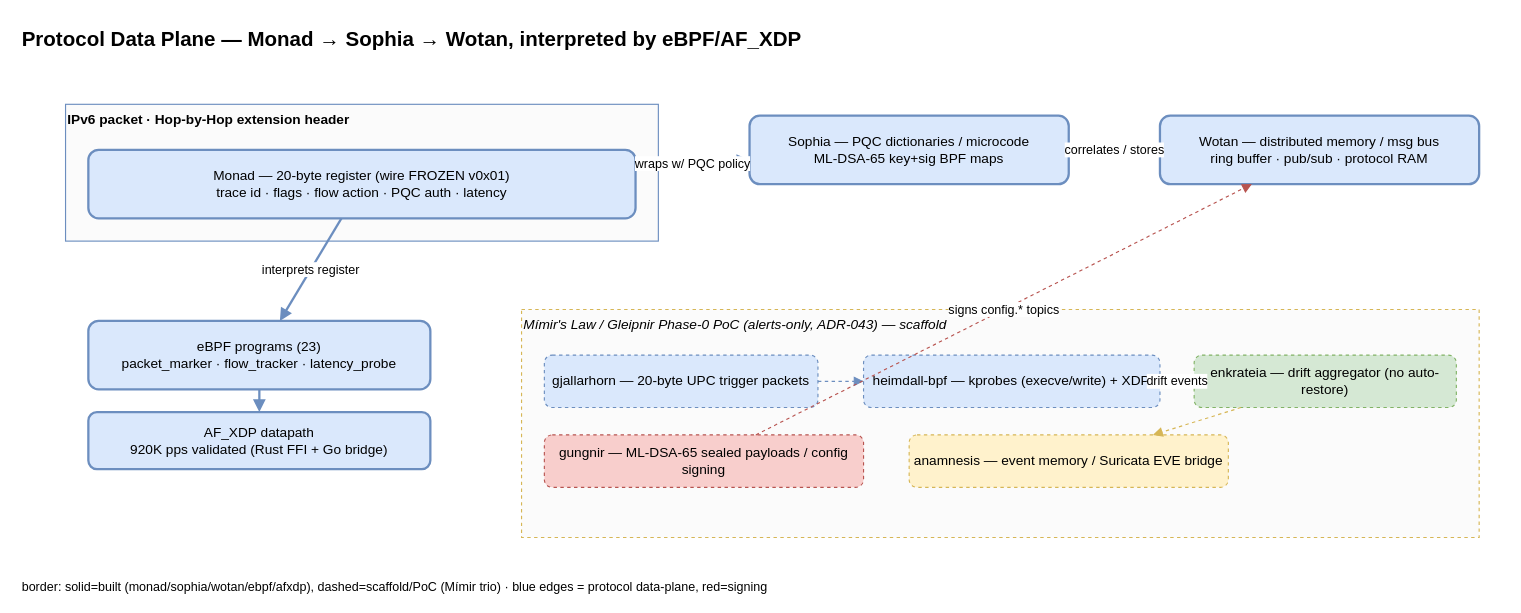
unheaded/unheaded keeps this draw.io diagram as page "3 · Protocol Data Plane" (3 of 6) of docs/architecture/service-ontology.drawio. Above is the earlier version. Source tidied: cells renumbered, new cells numbered last; positions are measured from the earlier drawing's top-left corner, leaving out a move shared by most shapes. Both pictures are drawn from the tidied source at 114%, with x=0, y=0 at pixel (19, 19).
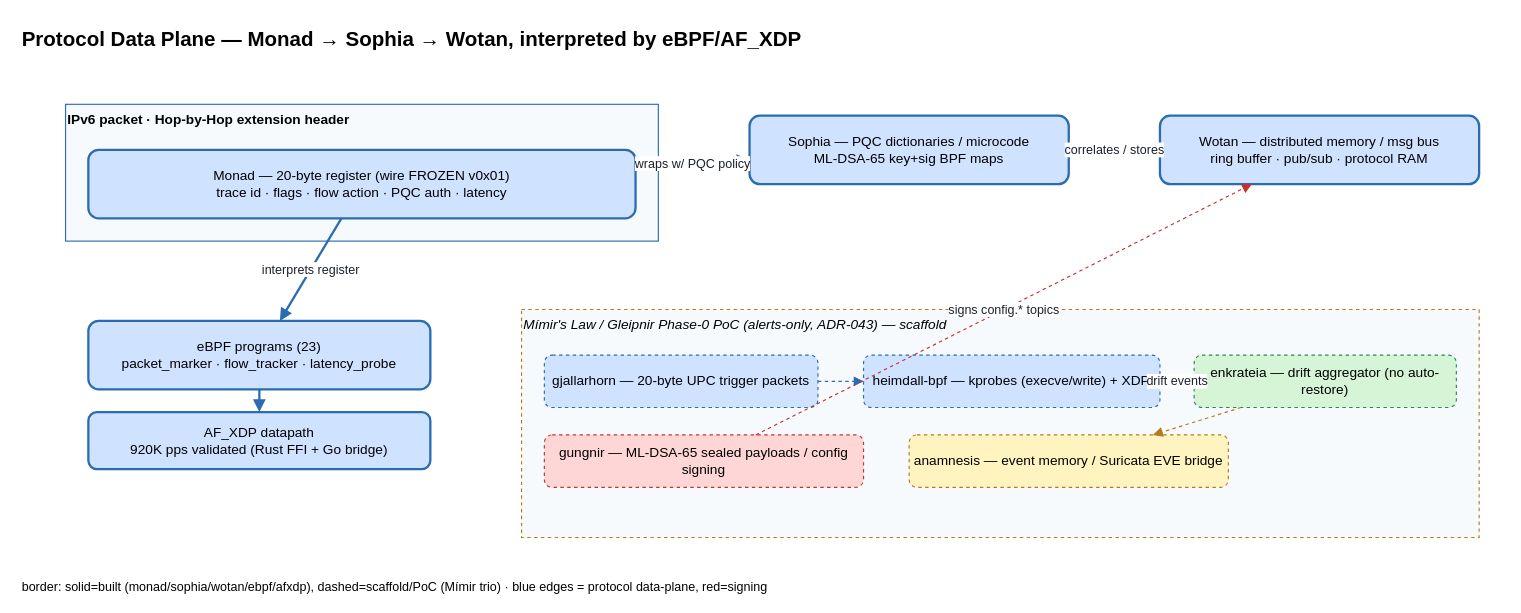
The same page after the edit.

The edit, as a diff of the source:
```diff
@@
-    <mxCell id="3" value="IPv6 packet  ·  Hop-by-Hop extension header" style="rounded=0;whiteSpace=wrap;html=1;fillColor=#fbfbfb;strokeColor=#6c8ebf;verticalAlign=top;align=left;fontStyle=1;fontSize=12;" parent="1" vertex="1">
+    <mxCell id="3" value="IPv6 packet  ·  Hop-by-Hop extension header" style="rounded=0;whiteSpace=wrap;html=1;fillColor=#f7fafc;strokeColor=#2b6cb0;verticalAlign=top;align=left;fontStyle=1;fontSize=12;" parent="1" vertex="1">
       <mxGeometry x="40" y="74" width="520" height="120" as="geometry" />
     </mxCell>
-    <mxCell id="4" value="Monad — 20-byte register (wire FROZEN v0x01)&#10;trace id · flags · flow action · PQC auth · latency" style="rounded=1;whiteSpace=wrap;html=1;fillColor=#dae8fc;strokeColor=#6c8ebf;strokeWidth=2;" parent="1" vertex="1">
+    <mxCell id="4" value="Monad — 20-byte register (wire FROZEN v0x01)&#10;trace id · flags · flow action · PQC auth · latency" style="rounded=1;whiteSpace=wrap;html=1;fillColor=#cfe2ff;strokeColor=#2b6cb0;strokeWidth=2;" parent="1" vertex="1">
       <mxGeometry x="60" y="114" width="480" height="60" as="geometry" />
     </mxCell>
-    <mxCell id="5" value="Sophia — PQC dictionaries / microcode&#10;ML-DSA-65 key+sig BPF maps" style="rounded=1;whiteSpace=wrap;html=1;fillColor=#dae8fc;strokeColor=#6c8ebf;strokeWidth=2;" parent="1" vertex="1">
+    <mxCell id="5" value="Sophia — PQC dictionaries / microcode&#10;ML-DSA-65 key+sig BPF maps" style="rounded=1;whiteSpace=wrap;html=1;fillColor=#cfe2ff;strokeColor=#2b6cb0;strokeWidth=2;" parent="1" vertex="1">
       <mxGeometry x="640" y="84" width="280" height="60" as="geometry" />
     </mxCell>
-    <mxCell id="6" value="Wotan — distributed memory / msg bus&#10;ring buffer · pub/sub · protocol RAM" style="rounded=1;whiteSpace=wrap;html=1;fillColor=#dae8fc;strokeColor=#6c8ebf;strokeWidth=2;" parent="1" vertex="1">
+    <mxCell id="6" value="Wotan — distributed memory / msg bus&#10;ring buffer · pub/sub · protocol RAM" style="rounded=1;whiteSpace=wrap;html=1;fillColor=#cfe2ff;strokeColor=#2b6cb0;strokeWidth=2;" parent="1" vertex="1">
       <mxGeometry x="1000" y="84" width="280" height="60" as="geometry" />
     </mxCell>
-    <mxCell id="7" value="wraps w/ PQC policy" style="endArrow=block;html=1;strokeColor=#6c8ebf;strokeWidth=2;" parent="1" edge="1" source="4" target="5">
+    <mxCell id="7" value="wraps w/ PQC policy" style="endArrow=block;html=1;labelBackgroundColor=#ffffff;fontColor=#1a202c;strokeColor=#2b6cb0;strokeWidth=2;" parent="1" edge="1" source="4" target="5">
       <mxGeometry relative="1" as="geometry" />
     </mxCell>
-    <mxCell id="8" value="correlates / stores" style="endArrow=block;html=1;strokeColor=#6c8ebf;strokeWidth=2;" parent="1" edge="1" source="5" target="6">
+    <mxCell id="8" value="correlates / stores" style="endArrow=block;html=1;labelBackgroundColor=#ffffff;fontColor=#1a202c;strokeColor=#2b6cb0;strokeWidth=2;" parent="1" edge="1" source="5" target="6">
       <mxGeometry relative="1" as="geometry" />
     </mxCell>
-    <mxCell id="9" value="eBPF programs (23)&#10;packet_marker · flow_tracker · latency_probe" style="rounded=1;whiteSpace=wrap;html=1;fillColor=#dae8fc;strokeColor=#6c8ebf;strokeWidth=2;" parent="1" vertex="1">
+    <mxCell id="9" value="eBPF programs (23)&#10;packet_marker · flow_tracker · latency_probe" style="rounded=1;whiteSpace=wrap;html=1;fillColor=#cfe2ff;strokeColor=#2b6cb0;strokeWidth=2;" parent="1" vertex="1">
       <mxGeometry x="60" y="264" width="300" height="60" as="geometry" />
     </mxCell>
-    <mxCell id="10" value="AF_XDP datapath&#10;920K pps validated (Rust FFI + Go bridge)" style="rounded=1;whiteSpace=wrap;html=1;fillColor=#dae8fc;strokeColor=#6c8ebf;strokeWidth=2;" parent="1" vertex="1">
+    <mxCell id="10" value="AF_XDP datapath&#10;920K pps validated (Rust FFI + Go bridge)" style="rounded=1;whiteSpace=wrap;html=1;fillColor=#cfe2ff;strokeColor=#2b6cb0;strokeWidth=2;" parent="1" vertex="1">
       <mxGeometry x="60" y="344" width="300" height="50" as="geometry" />
     </mxCell>
-    <mxCell id="11" value="interprets register" style="endArrow=block;html=1;strokeColor=#6c8ebf;strokeWidth=2;" parent="1" edge="1" source="4" target="9">
+    <mxCell id="11" value="interprets register" style="endArrow=block;html=1;labelBackgroundColor=#ffffff;fontColor=#1a202c;strokeColor=#2b6cb0;strokeWidth=2;" parent="1" edge="1" source="4" target="9">
       <mxGeometry relative="1" as="geometry" />
     </mxCell>
-    <mxCell id="12" style="endArrow=block;html=1;strokeColor=#6c8ebf;strokeWidth=2;" parent="1" edge="1" source="9" target="10">
+    <mxCell id="12" style="endArrow=block;html=1;labelBackgroundColor=#ffffff;fontColor=#1a202c;strokeColor=#2b6cb0;strokeWidth=2;" parent="1" edge="1" source="9" target="10">
       <mxGeometry relative="1" as="geometry" />
     </mxCell>
-    <mxCell id="13" value="Mímir's Law / Gleipnir Phase-0 PoC (alerts-only, ADR-043) — scaffold" style="rounded=0;whiteSpace=wrap;html=1;fillColor=#fbfbfb;strokeColor=#d6b656;dashed=1;verticalAlign=top;align=left;fontStyle=2;fontSize=12;" parent="1" vertex="1">
+    <mxCell id="13" value="Mímir's Law / Gleipnir Phase-0 PoC (alerts-only, ADR-043) — scaffold" style="rounded=0;whiteSpace=wrap;html=1;fillColor=#f7fafc;strokeColor=#b7791f;dashed=1;verticalAlign=top;align=left;fontStyle=2;fontSize=12;" parent="1" vertex="1">
       <mxGeometry x="440" y="254" width="840" height="200" as="geometry" />
     </mxCell>
-    <mxCell id="14" value="gjallarhorn — 20-byte UPC trigger packets" style="rounded=1;whiteSpace=wrap;html=1;fillColor=#dae8fc;strokeColor=#6c8ebf;dashed=1;" parent="1" vertex="1">
+    <mxCell id="14" value="gjallarhorn — 20-byte UPC trigger packets" style="rounded=1;whiteSpace=wrap;html=1;fillColor=#cfe2ff;strokeColor=#2b6cb0;dashed=1;" parent="1" vertex="1">
       <mxGeometry x="460" y="294" width="240" height="46" as="geometry" />
     </mxCell>
-    <mxCell id="15" value="heimdall-bpf — kprobes (execve/write) + XDP" style="rounded=1;whiteSpace=wrap;html=1;fillColor=#dae8fc;strokeColor=#6c8ebf;dashed=1;" parent="1" vertex="1">
+    <mxCell id="15" value="heimdall-bpf — kprobes (execve/write) + XDP" style="rounded=1;whiteSpace=wrap;html=1;fillColor=#cfe2ff;strokeColor=#2b6cb0;dashed=1;" parent="1" vertex="1">
       <mxGeometry x="740" y="294" width="260" height="46" as="geometry" />
     </mxCell>
-    <mxCell id="16" value="enkrateia — drift aggregator (no auto-restore)" style="rounded=1;whiteSpace=wrap;html=1;fillColor=#d5e8d4;strokeColor=#82b366;dashed=1;" parent="1" vertex="1">
+    <mxCell id="16" value="enkrateia — drift aggregator (no auto-restore)" style="rounded=1;whiteSpace=wrap;html=1;fillColor=#d6f5d6;strokeColor=#2f855a;dashed=1;" parent="1" vertex="1">
       <mxGeometry x="1030" y="294" width="230" height="46" as="geometry" />
     </mxCell>
-    <mxCell id="17" value="gungnir — ML-DSA-65 sealed payloads / config signing" style="rounded=1;whiteSpace=wrap;html=1;fillColor=#f8cecc;strokeColor=#b85450;dashed=1;" parent="1" vertex="1">
+    <mxCell id="17" value="gungnir — ML-DSA-65 sealed payloads / config signing" style="rounded=1;whiteSpace=wrap;html=1;fillColor=#ffd6d6;strokeColor=#c53030;dashed=1;" parent="1" vertex="1">
       <mxGeometry x="460" y="364" width="280" height="46" as="geometry" />
     </mxCell>
-    <mxCell id="18" value="anamnesis — event memory / Suricata EVE bridge" style="rounded=1;whiteSpace=wrap;html=1;fillColor=#fff2cc;strokeColor=#d6b656;dashed=1;" parent="1" vertex="1">
+    <mxCell id="18" value="anamnesis — event memory / Suricata EVE bridge" style="rounded=1;whiteSpace=wrap;html=1;fillColor=#fff3bf;strokeColor=#b7791f;dashed=1;" parent="1" vertex="1">
       <mxGeometry x="780" y="364" width="280" height="46" as="geometry" />
     </mxCell>
-    <mxCell id="19" style="endArrow=block;html=1;strokeColor=#6c8ebf;dashed=1;" parent="1" edge="1" source="14" target="15">
+    <mxCell id="19" style="endArrow=block;html=1;labelBackgroundColor=#ffffff;fontColor=#1a202c;strokeColor=#2b6cb0;dashed=1;" parent="1" edge="1" source="14" target="15">
       <mxGeometry relative="1" as="geometry" />
     </mxCell>
-    <mxCell id="20" value="drift events" style="endArrow=block;html=1;strokeColor=#6c8ebf;dashed=1;" parent="1" edge="1" source="15" target="16">
+    <mxCell id="20" value="drift events" style="endArrow=block;html=1;labelBackgroundColor=#ffffff;fontColor=#1a202c;strokeColor=#2b6cb0;dashed=1;" parent="1" edge="1" source="15" target="16">
       <mxGeometry relative="1" as="geometry" />
     </mxCell>
-    <mxCell id="21" value="signs config.* topics" style="endArrow=block;html=1;strokeColor=#b85450;dashed=1;" parent="1" edge="1" source="17" target="6">
+    <mxCell id="21" value="signs config.* topics" style="endArrow=block;html=1;labelBackgroundColor=#ffffff;fontColor=#1a202c;strokeColor=#c53030;dashed=1;" parent="1" edge="1" source="17" target="6">
       <mxGeometry relative="1" as="geometry" />
     </mxCell>
-    <mxCell id="22" style="endArrow=block;html=1;strokeColor=#d6b656;dashed=1;" parent="1" edge="1" source="16" target="18">
+    <mxCell id="22" style="endArrow=block;html=1;labelBackgroundColor=#ffffff;fontColor=#1a202c;strokeColor=#b7791f;dashed=1;" parent="1" edge="1" source="16" target="18">
       <mxGeometry relative="1" as="geometry" />
     </mxCell>
```
